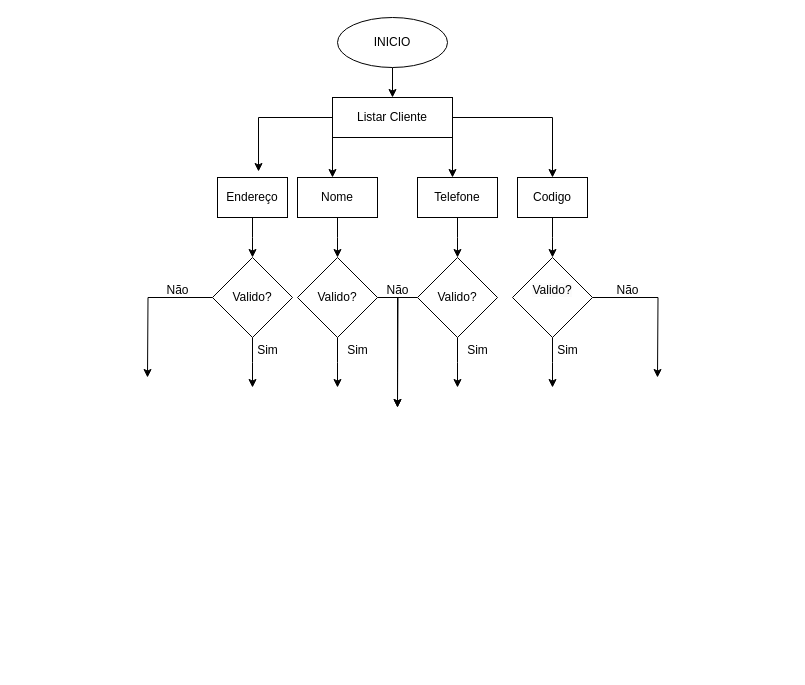
This is page "Página-1" (1 of 4) of DOC/FLUXOGRAMA.DRAWIO from jeangustavoo/diagrama, a draw.io file, before an edit. Source tidied: cells renumbered, new cells numbered last; positions are measured from the earlier drawing's top-left corner, leaving out a move shared by most shapes. Both pictures are drawn from the tidied source at 100%, with x=0, y=0 at pixel (147, 17).
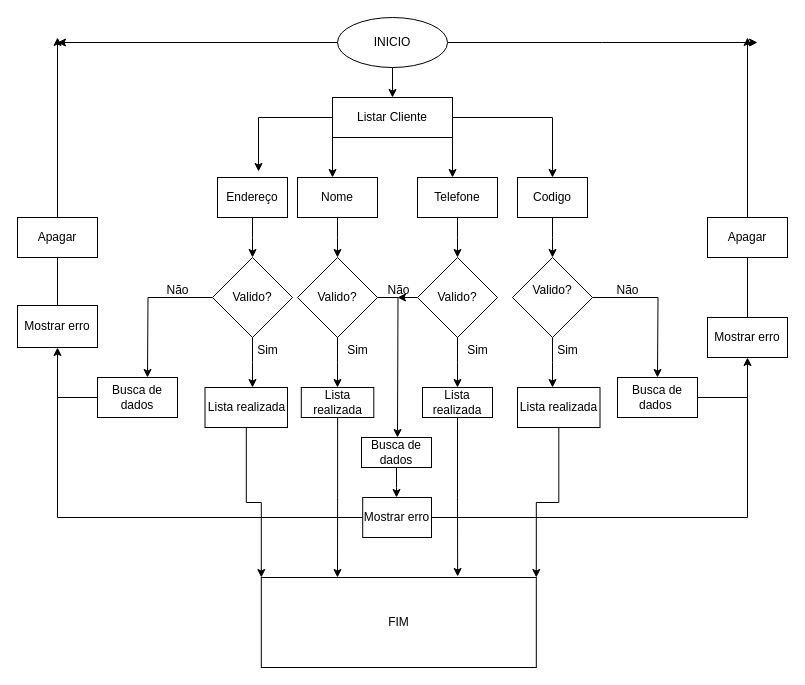
After the change.

Commit message:
isso mesmo

The change refers to these unchanged cells:
```xml
<mxCell id="3" value="INICIO" style="ellipse;whiteSpace=wrap;html=1;" parent="1" vertex="1">
  <mxGeometry x="190" width="110" height="50" as="geometry" />
</mxCell>
<mxCell id="22" value="Valido?" style="rhombus;whiteSpace=wrap;html=1;" parent="1" vertex="1">
  <mxGeometry x="150" y="240" width="80" height="80" as="geometry" />
</mxCell>
<mxCell id="25" value="Valido?" style="rhombus;whiteSpace=wrap;html=1;" parent="1" vertex="1">
  <mxGeometry x="270" y="240" width="80" height="80" as="geometry" />
</mxCell>
```

What changed in the source:
```diff
@@
+    <mxCell id="36" style="edgeStyle=orthogonalEdgeStyle;rounded=0;jettySize=auto;html=1;" parent="1" edge="1" source="3">
+      <mxGeometry relative="1" as="geometry">
+        <mxPoint x="-90" y="25" as="targetPoint" />
+      </mxGeometry>
+    </mxCell>
+    <mxCell id="37" style="edgeStyle=orthogonalEdgeStyle;rounded=0;jettySize=auto;html=1;" parent="1" edge="1" source="3">
+      <mxGeometry relative="1" as="geometry">
+        <mxPoint x="610" y="25" as="targetPoint" />
+      </mxGeometry>
+    </mxCell>
@@
     <mxCell id="21" style="edgeStyle=orthogonalEdgeStyle;rounded=0;jettySize=auto;html=1;" parent="1" edge="1" source="22">
       <mxGeometry relative="1" as="geometry">
-        <mxPoint x="250" y="390" as="targetPoint" />
+        <mxPoint x="250" y="420" as="targetPoint" />
       </mxGeometry>
     </mxCell>
@@
-    <mxCell id="24" style="edgeStyle=orthogonalEdgeStyle;rounded=0;jettySize=auto;html=1;" parent="1" edge="1" source="25">
-      <mxGeometry relative="1" as="geometry">
-        <mxPoint x="250" y="390" as="targetPoint" />
-      </mxGeometry>
-    </mxCell>
+    <mxCell id="38" style="edgeStyle=orthogonalEdgeStyle;rounded=0;jettySize=auto;html=1;" parent="1" edge="1" source="25">
+      <mxGeometry relative="1" as="geometry">
+        <mxPoint x="250" y="280" as="targetPoint" />
+      </mxGeometry>
+    </mxCell>
@@
     <mxCell id="33" value="Não" style="text;html=1;align=center;verticalAlign=middle;strokeColor=none;fillColor=none;" parent="1" vertex="1">
-      <mxGeometry x="225" y="258" width="50" height="30" as="geometry" />
+      <mxGeometry x="226.2" y="258" width="50" height="30" as="geometry" />
     </mxCell>
@@
+    <mxCell id="39" value="Busca de dados" style="rounded=0;whiteSpace=wrap;html=1;" parent="1" vertex="1">
+      <mxGeometry x="-50" y="360" width="80" height="40" as="geometry" />
+    </mxCell>
+    <mxCell id="40" value="Busca de dados&amp;nbsp;" style="rounded=0;whiteSpace=wrap;html=1;" parent="1" vertex="1">
+      <mxGeometry x="470" y="360" width="80" height="40" as="geometry" />
+    </mxCell>
+    <mxCell id="41" style="edgeStyle=orthogonalEdgeStyle;rounded=0;jettySize=auto;html=1;entryX=0;entryY=0;entryDx=0;entryDy=0;" parent="1" edge="1" source="42" target="64">
+      <mxGeometry relative="1" as="geometry" />
+    </mxCell>
+    <mxCell id="42" value="Lista realizada" style="rounded=0;whiteSpace=wrap;html=1;" parent="1" vertex="1">
+      <mxGeometry x="57.5" y="370" width="82.5" height="40" as="geometry" />
+    </mxCell>
+    <mxCell id="43" value="Mostrar erro" style="rounded=0;whiteSpace=wrap;html=1;" parent="1" vertex="1">
+      <mxGeometry x="-130" y="288" width="80" height="42" as="geometry" />
+    </mxCell>
+    <mxCell id="44" value="Mostrar erro" style="rounded=0;whiteSpace=wrap;html=1;" parent="1" vertex="1">
+      <mxGeometry x="560" y="300" width="80" height="40" as="geometry" />
+    </mxCell>
+    <mxCell id="45" style="edgeStyle=orthogonalEdgeStyle;rounded=0;jettySize=auto;html=1;entryX=1;entryY=0;entryDx=0;entryDy=0;" parent="1" edge="1" source="46" target="64">
+      <mxGeometry relative="1" as="geometry" />
+    </mxCell>
+    <mxCell id="46" value="Lista realizada" style="rounded=0;whiteSpace=wrap;html=1;" parent="1" vertex="1">
+      <mxGeometry x="370" y="370" width="82.5" height="40" as="geometry" />
+    </mxCell>
+    <mxCell id="47" style="edgeStyle=orthogonalEdgeStyle;rounded=0;jettySize=auto;html=1;entryX=0.714;entryY=-0.011;entryDx=0;entryDy=0;entryPerimeter=0;" parent="1" edge="1" source="48" target="64">
+      <mxGeometry relative="1" as="geometry" />
+    </mxCell>
+    <mxCell id="48" value="Lista realizada" style="rounded=0;whiteSpace=wrap;html=1;" parent="1" vertex="1">
+      <mxGeometry x="275" y="370" width="70" height="30" as="geometry" />
+    </mxCell>
+    <mxCell id="49" style="edgeStyle=orthogonalEdgeStyle;rounded=0;jettySize=auto;html=1;" parent="1" edge="1" source="50">
+      <mxGeometry relative="1" as="geometry">
+        <mxPoint x="190" y="560" as="targetPoint" />
+      </mxGeometry>
+    </mxCell>
+    <mxCell id="50" value="Lista realizada" style="rounded=0;whiteSpace=wrap;html=1;" parent="1" vertex="1">
+      <mxGeometry x="153.8" y="370" width="72.5" height="30" as="geometry" />
+    </mxCell>
+    <mxCell id="51" style="edgeStyle=orthogonalEdgeStyle;rounded=0;jettySize=auto;html=1;" parent="1" edge="1" source="52">
+      <mxGeometry relative="1" as="geometry">
+        <mxPoint x="249" y="480" as="targetPoint" />
+      </mxGeometry>
+    </mxCell>
+    <mxCell id="52" value="Busca de dados" style="rounded=0;whiteSpace=wrap;html=1;" parent="1" vertex="1">
+      <mxGeometry x="214" y="420" width="70" height="30" as="geometry" />
+    </mxCell>
+    <mxCell id="53" style="edgeStyle=orthogonalEdgeStyle;rounded=0;jettySize=auto;html=1;entryX=0.5;entryY=1;entryDx=0;entryDy=0;" parent="1" edge="1" source="55" target="44">
+      <mxGeometry relative="1" as="geometry" />
+    </mxCell>
+    <mxCell id="54" style="edgeStyle=orthogonalEdgeStyle;rounded=0;jettySize=auto;html=1;entryX=0.5;entryY=1;entryDx=0;entryDy=0;" parent="1" edge="1" source="55" target="43">
+      <mxGeometry relative="1" as="geometry" />
+    </mxCell>
+    <mxCell id="55" value="Mostrar erro" style="rounded=0;whiteSpace=wrap;html=1;" parent="1" vertex="1">
+      <mxGeometry x="215.2" y="480" width="68.8" height="40" as="geometry" />
+    </mxCell>
+    <mxCell id="56" style="endArrow=none;html=1;rounded=0;" parent="1" edge="1">
+      <mxGeometry relative="1" as="geometry">
+        <mxPoint x="-90" y="380" as="sourcePoint" />
+        <mxPoint x="-50" y="380" as="targetPoint" />
+      </mxGeometry>
+    </mxCell>
+    <mxCell id="57" style="endArrow=none;html=1;rounded=0;" parent="1" edge="1" target="59">
+      <mxGeometry relative="1" as="geometry">
+        <mxPoint x="-90" y="288" as="sourcePoint" />
+      </mxGeometry>
+    </mxCell>
+    <mxCell id="58" style="edgeStyle=orthogonalEdgeStyle;rounded=0;jettySize=auto;html=1;" parent="1" edge="1" source="59">
+      <mxGeometry relative="1" as="geometry">
+        <mxPoint x="-90" y="20" as="targetPoint" />
+      </mxGeometry>
+    </mxCell>
+    <mxCell id="59" value="Apagar" style="rounded=0;whiteSpace=wrap;html=1;" parent="1" vertex="1">
+      <mxGeometry x="-130" y="200" width="80" height="40" as="geometry" />
+    </mxCell>
+    <mxCell id="60" style="edgeStyle=orthogonalEdgeStyle;rounded=0;jettySize=auto;html=1;" parent="1" edge="1" source="61">
+      <mxGeometry relative="1" as="geometry">
+        <mxPoint x="600" y="20" as="targetPoint" />
+      </mxGeometry>
+    </mxCell>
+    <mxCell id="61" value="Apagar" style="rounded=0;whiteSpace=wrap;html=1;" parent="1" vertex="1">
+      <mxGeometry x="560" y="200" width="80" height="40" as="geometry" />
+    </mxCell>
+    <mxCell id="62" style="endArrow=none;html=1;rounded=0;" parent="1" edge="1">
+      <mxGeometry relative="1" as="geometry">
+        <mxPoint x="550" y="380" as="sourcePoint" />
+        <mxPoint x="600" y="390" as="targetPoint" />
+        <Array as="points">
+          <mxPoint x="600" y="380" />
+        </Array>
+      </mxGeometry>
+    </mxCell>
+    <mxCell id="63" style="endArrow=none;html=1;rounded=0;entryX=0.5;entryY=1;entryDx=0;entryDy=0;" parent="1" edge="1" target="61">
+      <mxGeometry relative="1" as="geometry">
+        <mxPoint x="600" y="300" as="sourcePoint" />
+      </mxGeometry>
+    </mxCell>
+    <mxCell id="64" value="FIM" style="rounded=0;whiteSpace=wrap;html=1;" parent="1" vertex="1">
+      <mxGeometry x="113.8" y="560" width="275" height="90" as="geometry" />
+    </mxCell>
```
